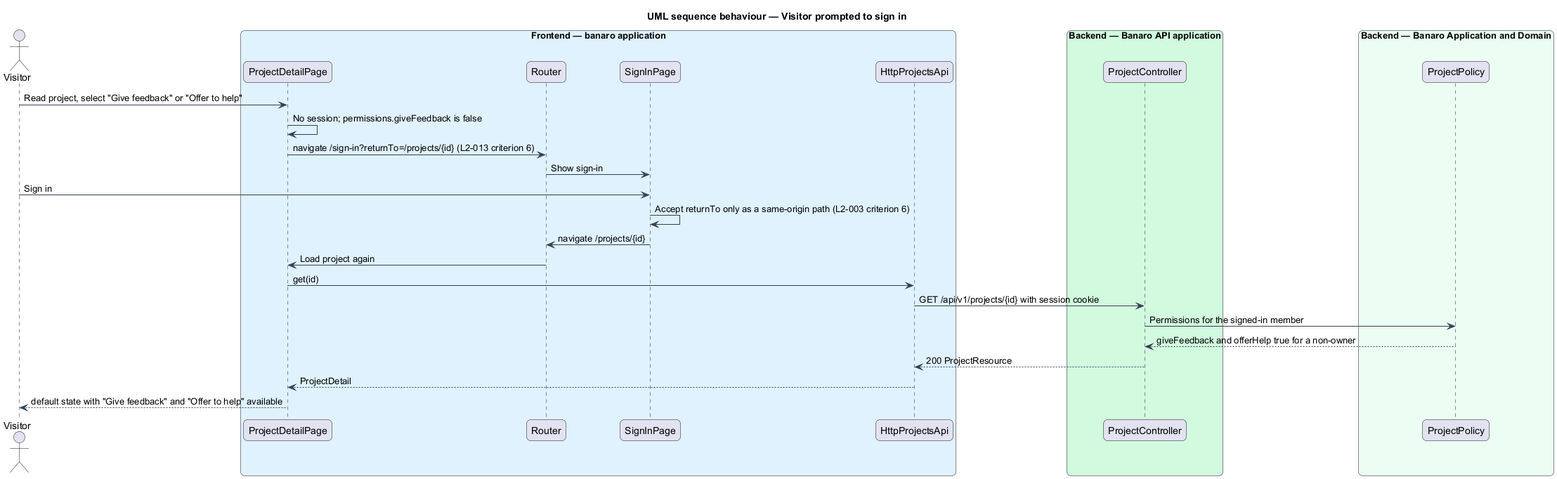
Above: docs/detailed-designs/projects/view-project/diagrams/sequence-visitor-sign-in-prompt.png in QuinntyneBrown/banaro (PlantUML), before the change. The source it was exported from:
```plantuml
@startuml
title UML sequence behaviour — Visitor prompted to sign in
skinparam backgroundColor #FFFFFF
skinparam shadowing false
skinparam roundcorner 12
skinparam defaultFontName Arial
skinparam ArrowColor #344054
skinparam rectangle {
  BorderColor #344054
  FontColor #101828
}
skinparam package {
  BorderColor #667085
  FontColor #101828
  BackgroundColor #F9FAFB
}
actor "Visitor" as actor
box "Frontend — banaro application" #E0F2FE
  participant "ProjectDetailPage" as page
  participant "Router" as router
  participant "SignInPage" as signin
  participant "HttpProjectsApi" as client
end box
box "Backend — Banaro API application" #D1FADF
  participant "ProjectController" as pctrl
end box
box "Backend — Banaro Application and Domain" #ECFDF3
  participant "ProjectPolicy" as policy
end box

actor -> page : Read project, select "Give feedback" or "Offer to help"
page -> page : No session; permissions.giveFeedback is false
page -> router : navigate /sign-in?returnTo=/projects/{id} (L2-013 criterion 6)
router -> signin : Show sign-in
actor -> signin : Sign in
signin -> signin : Accept returnTo only as a same-origin path (L2-003 criterion 6)
signin -> router : navigate /projects/{id}
router -> page : Load project again
page -> client : get(id)
client -> pctrl : GET /api/v1/projects/{id} with session cookie
pctrl -> policy : Permissions for the signed-in member
policy --> pctrl : giveFeedback and offerHelp true for a non-owner
pctrl --> client : 200 ProjectResource
client --> page : ProjectDetail
page --> actor : default state with "Give feedback" and "Offer to help" available
@enduml
```
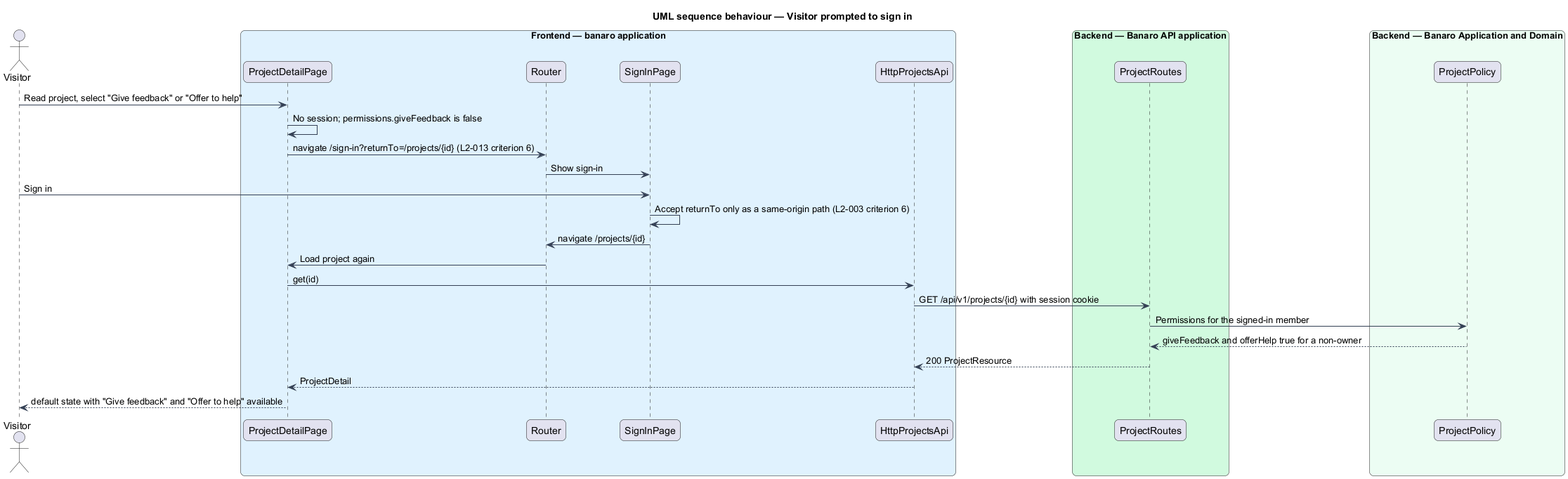
Later version of the same file.

Change to the diagram source:
```diff
@@ -22,7 +22,7 @@
   participant "HttpProjectsApi" as client
 end box
 box "Backend — Banaro API application" #D1FADF
-  participant "ProjectController" as pctrl
+  participant "ProjectRoutes" as pctrl
 end box
 box "Backend — Banaro Application and Domain" #ECFDF3
   participant "ProjectPolicy" as policy
```
